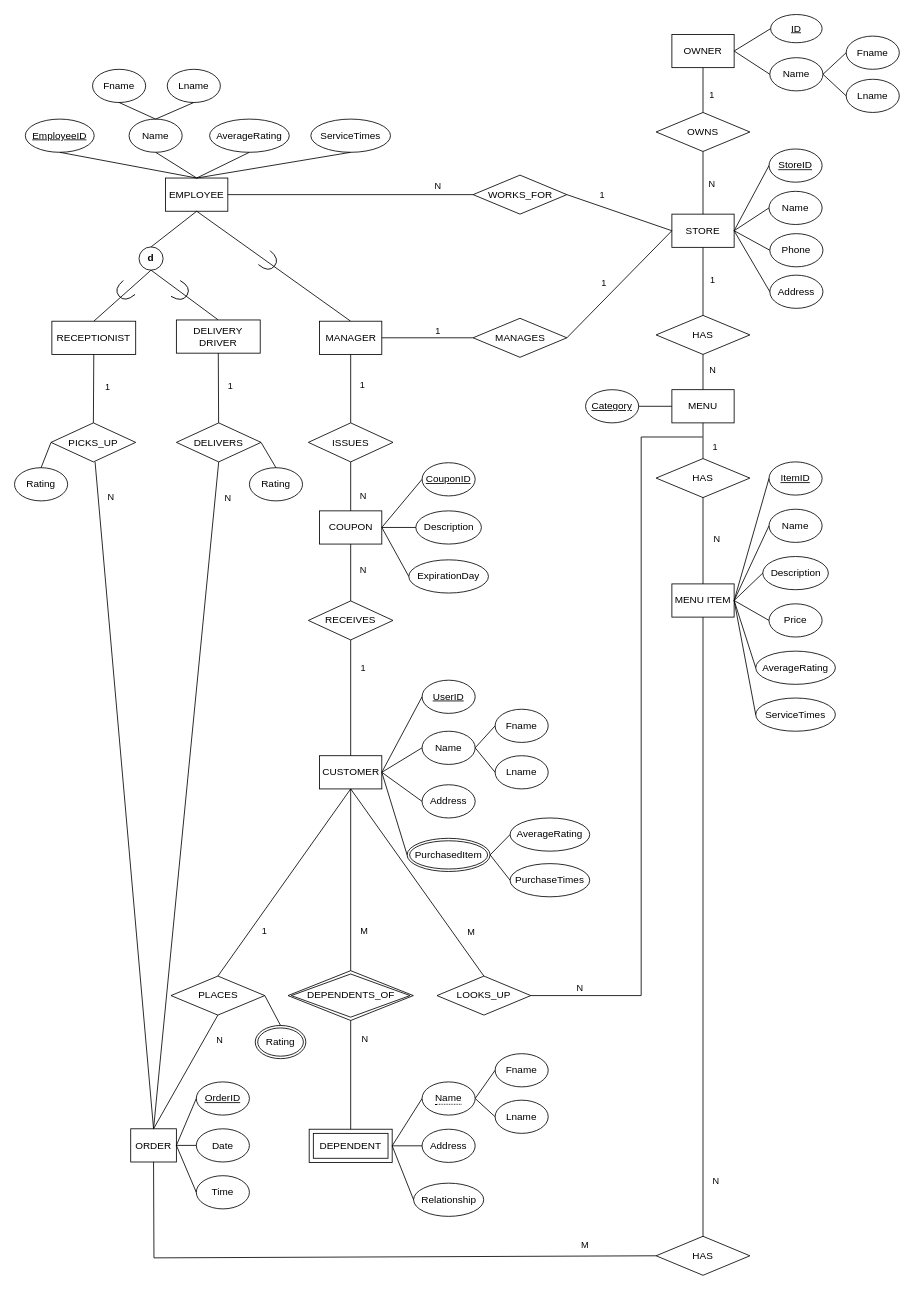
hqiao8/Restaurant-Management-System keeps this draw.io diagram as Enhanced Entity Relationship Diagram.drawio. Above is the earlier version. Source tidied: cells renumbered, new cells numbered last; positions are measured from the earlier drawing's top-left corner, leaving out a move shared by most shapes. Both pictures are drawn from the tidied source at 83%, with x=0, y=0 at pixel (14, 14).
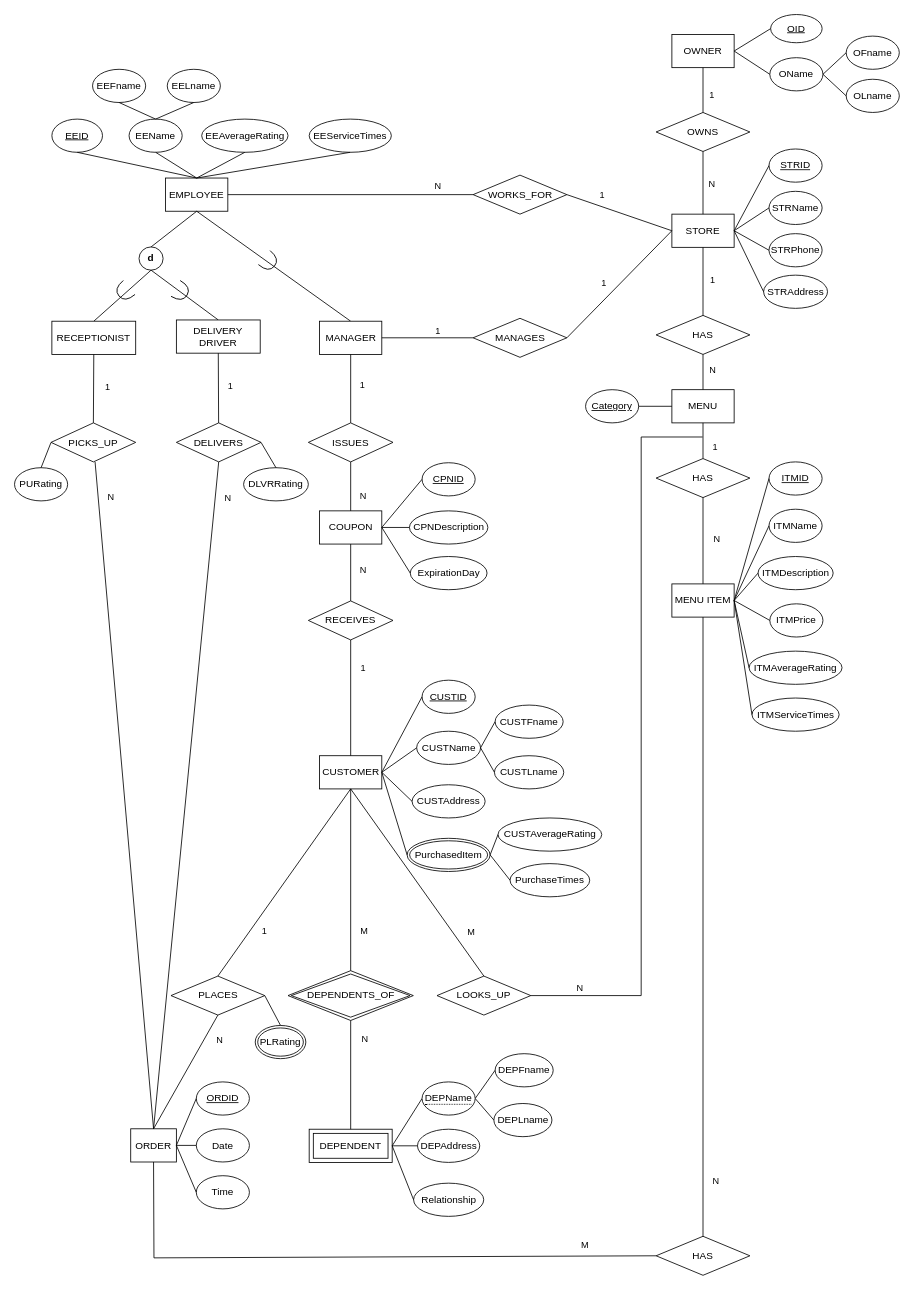
After the change.

The edit, as a diff of the source:
```diff
@@
-    <mxCell id="3" value="Name" style="ellipse;whiteSpace=wrap;html=1;align=center;fillColor=default;gradientColor=none;" parent="1" vertex="1">
+    <mxCell id="3" value="EEName" style="ellipse;whiteSpace=wrap;html=1;align=center;fillColor=default;gradientColor=none;" parent="1" vertex="1">
       <mxGeometry x="138" y="126" width="64" height="40" as="geometry" />
     </mxCell>
-    <mxCell id="4" value="Fname" style="ellipse;whiteSpace=wrap;html=1;align=center;fillColor=default;gradientColor=none;" parent="1" vertex="1">
+    <mxCell id="4" value="EEFname" style="ellipse;whiteSpace=wrap;html=1;align=center;fillColor=default;gradientColor=none;" parent="1" vertex="1">
       <mxGeometry x="94" y="66" width="64" height="40" as="geometry" />
     </mxCell>
-    <mxCell id="5" value="Lname" style="ellipse;whiteSpace=wrap;html=1;align=center;fillColor=default;gradientColor=none;" parent="1" vertex="1">
+    <mxCell id="5" value="EELname" style="ellipse;whiteSpace=wrap;html=1;align=center;fillColor=default;gradientColor=none;" parent="1" vertex="1">
       <mxGeometry x="184" y="66" width="64" height="40" as="geometry" />
     </mxCell>
-    <mxCell id="6" value="AverageRating" style="ellipse;whiteSpace=wrap;html=1;align=center;fillColor=default;gradientColor=none;" parent="1" vertex="1">
-      <mxGeometry x="235" y="126" width="96" height="40" as="geometry" />
+    <mxCell id="6" value="EEAverageRating" style="ellipse;whiteSpace=wrap;html=1;align=center;fillColor=default;gradientColor=none;" parent="1" vertex="1">
+      <mxGeometry x="225.5" y="126" width="104" height="40" as="geometry" />
     </mxCell>
-    <mxCell id="7" value="&lt;u&gt;EmployeeID&lt;/u&gt;" style="ellipse;whiteSpace=wrap;html=1;align=center;fillColor=default;gradientColor=none;" parent="1" vertex="1">
-      <mxGeometry x="13" y="126" width="83" height="40" as="geometry" />
+    <mxCell id="7" value="&lt;u&gt;EEID&lt;/u&gt;" style="ellipse;whiteSpace=wrap;html=1;align=center;fillColor=default;gradientColor=none;" parent="1" vertex="1">
+      <mxGeometry x="45" y="126" width="61" height="40" as="geometry" />
     </mxCell>
-    <mxCell id="8" value="ServiceTimes" style="ellipse;whiteSpace=wrap;html=1;align=center;fillColor=default;gradientColor=none;" parent="1" vertex="1">
-      <mxGeometry x="357" y="126" width="96" height="40" as="geometry" />
+    <mxCell id="8" value="EEServiceTimes" style="ellipse;whiteSpace=wrap;html=1;align=center;fillColor=default;gradientColor=none;" parent="1" vertex="1">
+      <mxGeometry x="355" y="126" width="99" height="40" as="geometry" />
     </mxCell>
@@
-    <mxCell id="28" value="&lt;u&gt;StoreID&lt;/u&gt;" style="ellipse;whiteSpace=wrap;html=1;align=center;fillColor=default;gradientColor=none;" parent="1" vertex="1">
+    <mxCell id="28" value="&lt;u&gt;STRID&lt;/u&gt;" style="ellipse;whiteSpace=wrap;html=1;align=center;fillColor=default;gradientColor=none;" parent="1" vertex="1">
       <mxGeometry x="909" y="162" width="64" height="40" as="geometry" />
     </mxCell>
@@
-    <mxCell id="31" value="&lt;u&gt;ID&lt;/u&gt;" style="ellipse;whiteSpace=wrap;html=1;align=center;fillColor=default;gradientColor=none;" parent="1" vertex="1">
+    <mxCell id="31" value="&lt;u&gt;OID&lt;/u&gt;" style="ellipse;whiteSpace=wrap;html=1;align=center;fillColor=default;gradientColor=none;" parent="1" vertex="1">
       <mxGeometry x="911" width="62" height="34" as="geometry" />
     </mxCell>
-    <mxCell id="32" value="Name" style="ellipse;whiteSpace=wrap;html=1;align=center;fillColor=default;gradientColor=none;" parent="1" vertex="1">
+    <mxCell id="32" value="OName" style="ellipse;whiteSpace=wrap;html=1;align=center;fillColor=default;gradientColor=none;" parent="1" vertex="1">
       <mxGeometry x="910" y="52" width="64" height="40" as="geometry" />
     </mxCell>
-    <mxCell id="33" value="Fname" style="ellipse;whiteSpace=wrap;html=1;align=center;fillColor=default;gradientColor=none;" parent="1" vertex="1">
+    <mxCell id="33" value="OFname" style="ellipse;whiteSpace=wrap;html=1;align=center;fillColor=default;gradientColor=none;" parent="1" vertex="1">
       <mxGeometry x="1002" y="26" width="64" height="40" as="geometry" />
     </mxCell>
-    <mxCell id="34" value="Lname" style="ellipse;whiteSpace=wrap;html=1;align=center;fillColor=default;gradientColor=none;" parent="1" vertex="1">
+    <mxCell id="34" value="OLname" style="ellipse;whiteSpace=wrap;html=1;align=center;fillColor=default;gradientColor=none;" parent="1" vertex="1">
       <mxGeometry x="1002" y="78" width="64" height="40" as="geometry" />
     </mxCell>
@@
-    <mxCell id="39" value="Name" style="ellipse;whiteSpace=wrap;html=1;align=center;fillColor=default;gradientColor=none;" parent="1" vertex="1">
+    <mxCell id="39" value="STRName" style="ellipse;whiteSpace=wrap;html=1;align=center;fillColor=default;gradientColor=none;" parent="1" vertex="1">
       <mxGeometry x="909" y="213" width="64" height="40" as="geometry" />
     </mxCell>
-    <mxCell id="40" value="Phone" style="ellipse;whiteSpace=wrap;html=1;align=center;fillColor=default;gradientColor=none;" parent="1" vertex="1">
-      <mxGeometry x="910" y="264" width="64" height="40" as="geometry" />
+    <mxCell id="40" value="STRPhone" style="ellipse;whiteSpace=wrap;html=1;align=center;fillColor=default;gradientColor=none;" parent="1" vertex="1">
+      <mxGeometry x="909" y="264" width="64" height="40" as="geometry" />
     </mxCell>
-    <mxCell id="41" value="Address" style="ellipse;whiteSpace=wrap;html=1;align=center;fillColor=default;gradientColor=none;" parent="1" vertex="1">
-      <mxGeometry x="910" y="314" width="64" height="40" as="geometry" />
+    <mxCell id="41" value="STRAddress" style="ellipse;whiteSpace=wrap;html=1;align=center;fillColor=default;gradientColor=none;" parent="1" vertex="1">
+      <mxGeometry x="902.5" y="314" width="77" height="40" as="geometry" />
     </mxCell>
@@
-    <mxCell id="53" value="&lt;u&gt;ItemID&lt;/u&gt;" style="ellipse;whiteSpace=wrap;html=1;align=center;fillColor=default;gradientColor=none;" parent="1" vertex="1">
+    <mxCell id="53" value="&lt;u&gt;ITMID&lt;/u&gt;" style="ellipse;whiteSpace=wrap;html=1;align=center;fillColor=default;gradientColor=none;" parent="1" vertex="1">
       <mxGeometry x="909" y="539" width="64" height="40" as="geometry" />
     </mxCell>
-    <mxCell id="54" value="Name" style="ellipse;whiteSpace=wrap;html=1;align=center;fillColor=default;gradientColor=none;" parent="1" vertex="1">
+    <mxCell id="54" value="ITMName" style="ellipse;whiteSpace=wrap;html=1;align=center;fillColor=default;gradientColor=none;" parent="1" vertex="1">
       <mxGeometry x="909" y="596" width="64" height="40" as="geometry" />
     </mxCell>
-    <mxCell id="55" value="Description" style="ellipse;whiteSpace=wrap;html=1;align=center;fillColor=default;gradientColor=none;" parent="1" vertex="1">
-      <mxGeometry x="901.5" y="653" width="79" height="40" as="geometry" />
+    <mxCell id="55" value="ITMDescription" style="ellipse;whiteSpace=wrap;html=1;align=center;fillColor=default;gradientColor=none;" parent="1" vertex="1">
+      <mxGeometry x="895.8" y="653" width="90.5" height="40" as="geometry" />
     </mxCell>
-    <mxCell id="56" value="Price" style="ellipse;whiteSpace=wrap;html=1;align=center;fillColor=default;gradientColor=none;" parent="1" vertex="1">
-      <mxGeometry x="909" y="710" width="64" height="40" as="geometry" />
+    <mxCell id="56" value="ITMPrice" style="ellipse;whiteSpace=wrap;html=1;align=center;fillColor=default;gradientColor=none;" parent="1" vertex="1">
+      <mxGeometry x="910" y="710" width="64" height="40" as="geometry" />
     </mxCell>
@@
-    <mxCell id="62" value="&lt;u&gt;OrderID&lt;/u&gt;" style="ellipse;whiteSpace=wrap;html=1;align=center;fillColor=default;gradientColor=none;" parent="1" vertex="1">
+    <mxCell id="62" value="&lt;u&gt;ORDID&lt;/u&gt;" style="ellipse;whiteSpace=wrap;html=1;align=center;fillColor=default;gradientColor=none;" parent="1" vertex="1">
       <mxGeometry x="219" y="1286" width="64" height="40" as="geometry" />
     </mxCell>
@@
-    <mxCell id="68" value="&lt;u&gt;CouponID&lt;/u&gt;" style="ellipse;whiteSpace=wrap;html=1;align=center;fillColor=default;gradientColor=none;" parent="1" vertex="1">
+    <mxCell id="68" value="&lt;u&gt;CPNID&lt;/u&gt;" style="ellipse;whiteSpace=wrap;html=1;align=center;fillColor=default;gradientColor=none;" parent="1" vertex="1">
       <mxGeometry x="491" y="540" width="64" height="40" as="geometry" />
     </mxCell>
-    <mxCell id="69" value="AverageRating" style="ellipse;whiteSpace=wrap;html=1;align=center;fillColor=default;gradientColor=none;" parent="1" vertex="1">
-      <mxGeometry x="893" y="767" width="96" height="40" as="geometry" />
+    <mxCell id="69" value="ITMAverageRating" style="ellipse;whiteSpace=wrap;html=1;align=center;fillColor=default;gradientColor=none;" parent="1" vertex="1">
+      <mxGeometry x="885" y="767" width="112" height="40" as="geometry" />
     </mxCell>
-    <mxCell id="70" value="ServiceTimes" style="ellipse;whiteSpace=wrap;html=1;align=center;fillColor=default;gradientColor=none;" parent="1" vertex="1">
-      <mxGeometry x="893" y="823.5" width="96" height="40" as="geometry" />
+    <mxCell id="70" value="ITMServiceTimes" style="ellipse;whiteSpace=wrap;html=1;align=center;fillColor=default;gradientColor=none;" parent="1" vertex="1">
+      <mxGeometry x="888.5" y="823.5" width="105" height="40" as="geometry" />
     </mxCell>
@@
-    <mxCell id="73" value="Description" style="ellipse;whiteSpace=wrap;html=1;align=center;fillColor=default;gradientColor=none;" parent="1" vertex="1">
-      <mxGeometry x="483.5" y="598" width="79" height="40" as="geometry" />
+    <mxCell id="73" value="CPNDescription" style="ellipse;whiteSpace=wrap;html=1;align=center;fillColor=default;gradientColor=none;" parent="1" vertex="1">
+      <mxGeometry x="475.8" y="598" width="94.5" height="40" as="geometry" />
     </mxCell>
     <mxCell id="74" value="ExpirationDay" style="ellipse;whiteSpace=wrap;html=1;align=center;fillColor=default;gradientColor=none;" parent="1" vertex="1">
-      <mxGeometry x="475" y="657" width="96" height="40" as="geometry" />
+      <mxGeometry x="476.8" y="653" width="92.5" height="40" as="geometry" />
     </mxCell>
@@
-    <mxCell id="80" value="&lt;u&gt;UserID&lt;/u&gt;" style="ellipse;whiteSpace=wrap;html=1;align=center;fillColor=default;gradientColor=none;" parent="1" vertex="1">
+    <mxCell id="80" value="&lt;u&gt;CUSTID&lt;/u&gt;" style="ellipse;whiteSpace=wrap;html=1;align=center;fillColor=default;gradientColor=none;" parent="1" vertex="1">
       <mxGeometry x="491" y="802" width="64" height="40" as="geometry" />
     </mxCell>
-    <mxCell id="81" value="Name" style="ellipse;whiteSpace=wrap;html=1;align=center;fillColor=default;gradientColor=none;" parent="1" vertex="1">
-      <mxGeometry x="491" y="863.5" width="64" height="40" as="geometry" />
+    <mxCell id="81" value="CUSTName" style="ellipse;whiteSpace=wrap;html=1;align=center;fillColor=default;gradientColor=none;" parent="1" vertex="1">
+      <mxGeometry x="484.5" y="863.5" width="77" height="40" as="geometry" />
     </mxCell>
-    <mxCell id="82" value="Fname" style="ellipse;whiteSpace=wrap;html=1;align=center;fillColor=default;gradientColor=none;" parent="1" vertex="1">
-      <mxGeometry x="579" y="837" width="64" height="40" as="geometry" />
+    <mxCell id="82" value="CUSTFname" style="ellipse;whiteSpace=wrap;html=1;align=center;fillColor=default;gradientColor=none;" parent="1" vertex="1">
+      <mxGeometry x="579" y="832" width="82" height="40" as="geometry" />
     </mxCell>
-    <mxCell id="83" value="Lname" style="ellipse;whiteSpace=wrap;html=1;align=center;fillColor=default;gradientColor=none;" parent="1" vertex="1">
-      <mxGeometry x="579" y="893" width="64" height="40" as="geometry" />
+    <mxCell id="83" value="CUSTLname" style="ellipse;whiteSpace=wrap;html=1;align=center;fillColor=default;gradientColor=none;" parent="1" vertex="1">
+      <mxGeometry x="578.2" y="893" width="83.5" height="40" as="geometry" />
     </mxCell>
@@
-    <mxCell id="86" value="Address" style="ellipse;whiteSpace=wrap;html=1;align=center;fillColor=default;gradientColor=none;" parent="1" vertex="1">
-      <mxGeometry x="491" y="928" width="64" height="40" as="geometry" />
+    <mxCell id="86" value="CUSTAddress" style="ellipse;whiteSpace=wrap;html=1;align=center;fillColor=default;gradientColor=none;" parent="1" vertex="1">
+      <mxGeometry x="479" y="928" width="88" height="40" as="geometry" />
     </mxCell>
@@
-    <mxCell id="88" value="AverageRating" style="ellipse;whiteSpace=wrap;html=1;align=center;fillColor=default;gradientColor=none;" parent="1" vertex="1">
-      <mxGeometry x="597" y="968" width="96" height="40" as="geometry" />
+    <mxCell id="88" value="CUSTAverageRating" style="ellipse;whiteSpace=wrap;html=1;align=center;fillColor=default;gradientColor=none;" parent="1" vertex="1">
+      <mxGeometry x="582.5" y="968" width="125" height="40" as="geometry" />
     </mxCell>
@@
-    <mxCell id="98" value="Fname" style="ellipse;whiteSpace=wrap;html=1;align=center;fillColor=default;gradientColor=none;" parent="1" vertex="1">
-      <mxGeometry x="579" y="1252" width="64" height="40" as="geometry" />
+    <mxCell id="98" value="DEPFname" style="ellipse;whiteSpace=wrap;html=1;align=center;fillColor=default;gradientColor=none;" parent="1" vertex="1">
+      <mxGeometry x="579" y="1252" width="70" height="40" as="geometry" />
     </mxCell>
-    <mxCell id="99" value="Lname" style="ellipse;whiteSpace=wrap;html=1;align=center;fillColor=default;gradientColor=none;" parent="1" vertex="1">
-      <mxGeometry x="579" y="1308" width="64" height="40" as="geometry" />
+    <mxCell id="99" value="DEPLname" style="ellipse;whiteSpace=wrap;html=1;align=center;fillColor=default;gradientColor=none;" parent="1" vertex="1">
+      <mxGeometry x="577.5" y="1312" width="70" height="40" as="geometry" />
     </mxCell>
@@
-    <mxCell id="102" value="Address" style="ellipse;whiteSpace=wrap;html=1;align=center;fillColor=default;gradientColor=none;" parent="1" vertex="1">
-      <mxGeometry x="491" y="1343" width="64" height="40" as="geometry" />
+    <mxCell id="102" value="DEPAddress" style="ellipse;whiteSpace=wrap;html=1;align=center;fillColor=default;gradientColor=none;" parent="1" vertex="1">
+      <mxGeometry x="485.5" y="1343" width="75" height="40" as="geometry" />
     </mxCell>
@@
-    <mxCell id="166" value="Rating" style="ellipse;whiteSpace=wrap;html=1;align=center;fillColor=default;gradientColor=none;" parent="1" vertex="1">
+    <mxCell id="166" value="PURating" style="ellipse;whiteSpace=wrap;html=1;align=center;fillColor=default;gradientColor=none;" parent="1" vertex="1">
       <mxGeometry y="546" width="64" height="40" as="geometry" />
     </mxCell>
-    <mxCell id="167" value="Rating" style="ellipse;whiteSpace=wrap;html=1;align=center;fillColor=default;gradientColor=none;" parent="1" vertex="1">
-      <mxGeometry x="283" y="546" width="64" height="40" as="geometry" />
+    <mxCell id="167" value="DLVRRating" style="ellipse;whiteSpace=wrap;html=1;align=center;fillColor=default;gradientColor=none;" parent="1" vertex="1">
+      <mxGeometry x="276" y="546" width="78" height="40" as="geometry" />
     </mxCell>
@@
-    <mxCell id="170" value="Rating" style="ellipse;shape=doubleEllipse;margin=3;whiteSpace=wrap;html=1;align=center;" parent="1" vertex="1">
+    <mxCell id="170" value="PLRating" style="ellipse;shape=doubleEllipse;margin=3;whiteSpace=wrap;html=1;align=center;" parent="1" vertex="1">
       <mxGeometry x="290" y="1218" width="61" height="40" as="geometry" />
     </mxCell>
@@
-    <mxCell id="172" value="&lt;span style=&quot;border-bottom: 1px dotted&quot;&gt;Name&lt;/span&gt;" style="ellipse;whiteSpace=wrap;html=1;align=center;" parent="1" vertex="1">
+    <mxCell id="172" value="&lt;span style=&quot;border-bottom: 1px dotted&quot;&gt;DEPName&lt;/span&gt;" style="ellipse;whiteSpace=wrap;html=1;align=center;" parent="1" vertex="1">
       <mxGeometry x="491" y="1286" width="64" height="40" as="geometry" />
     </mxCell>
```
